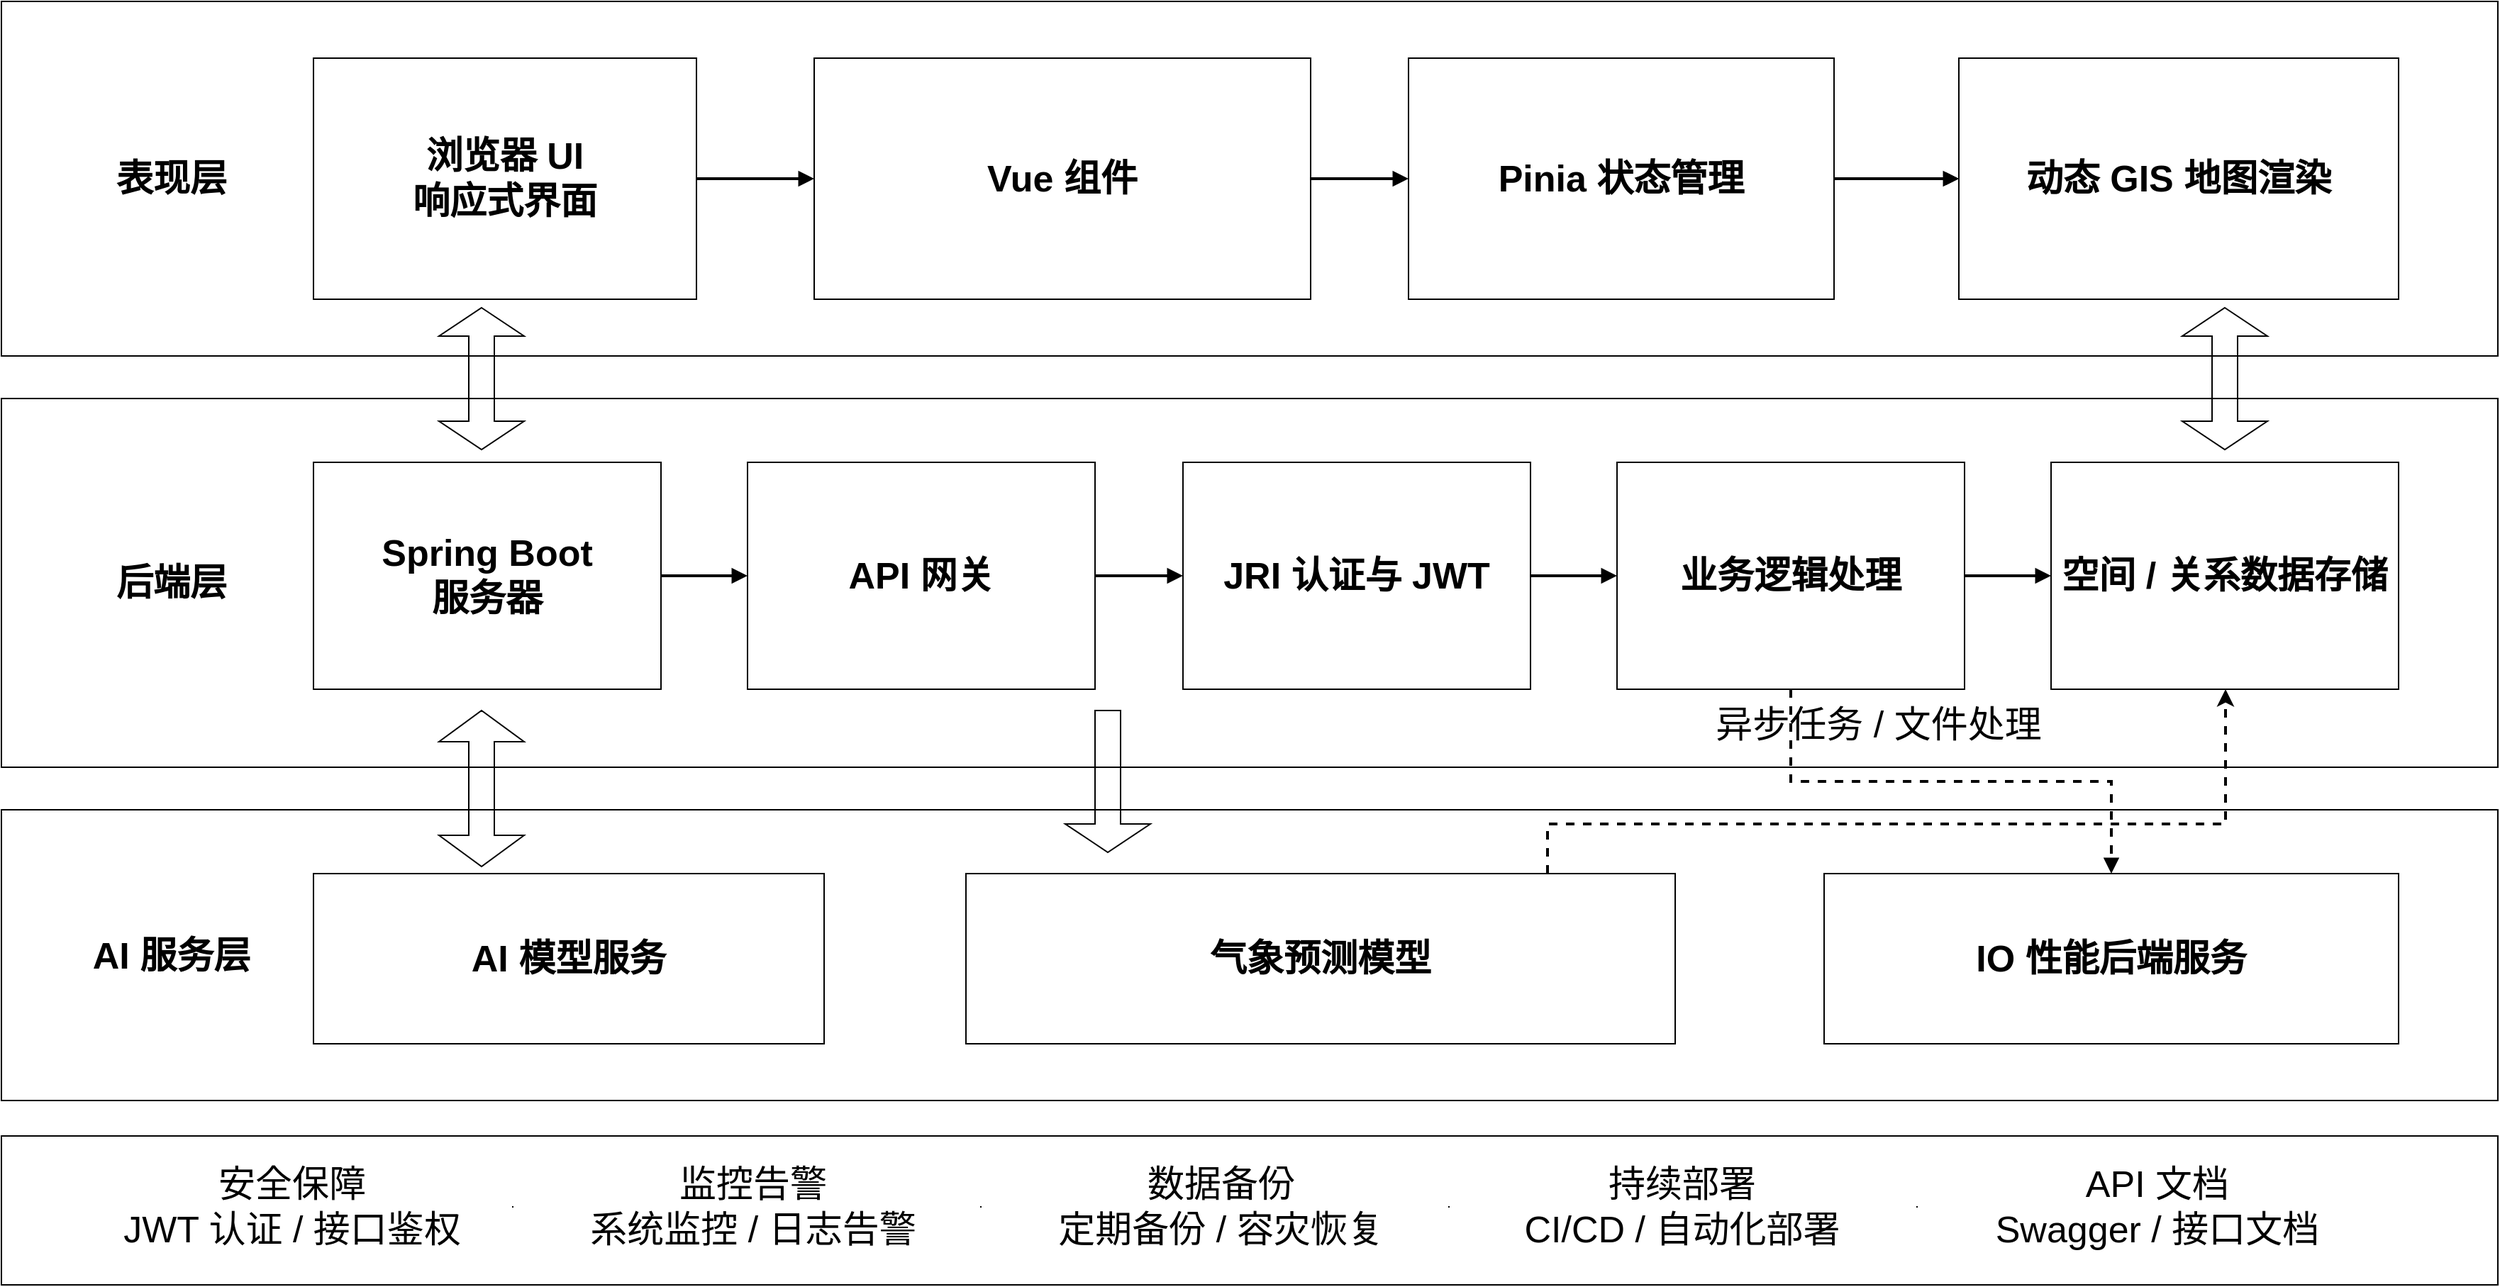
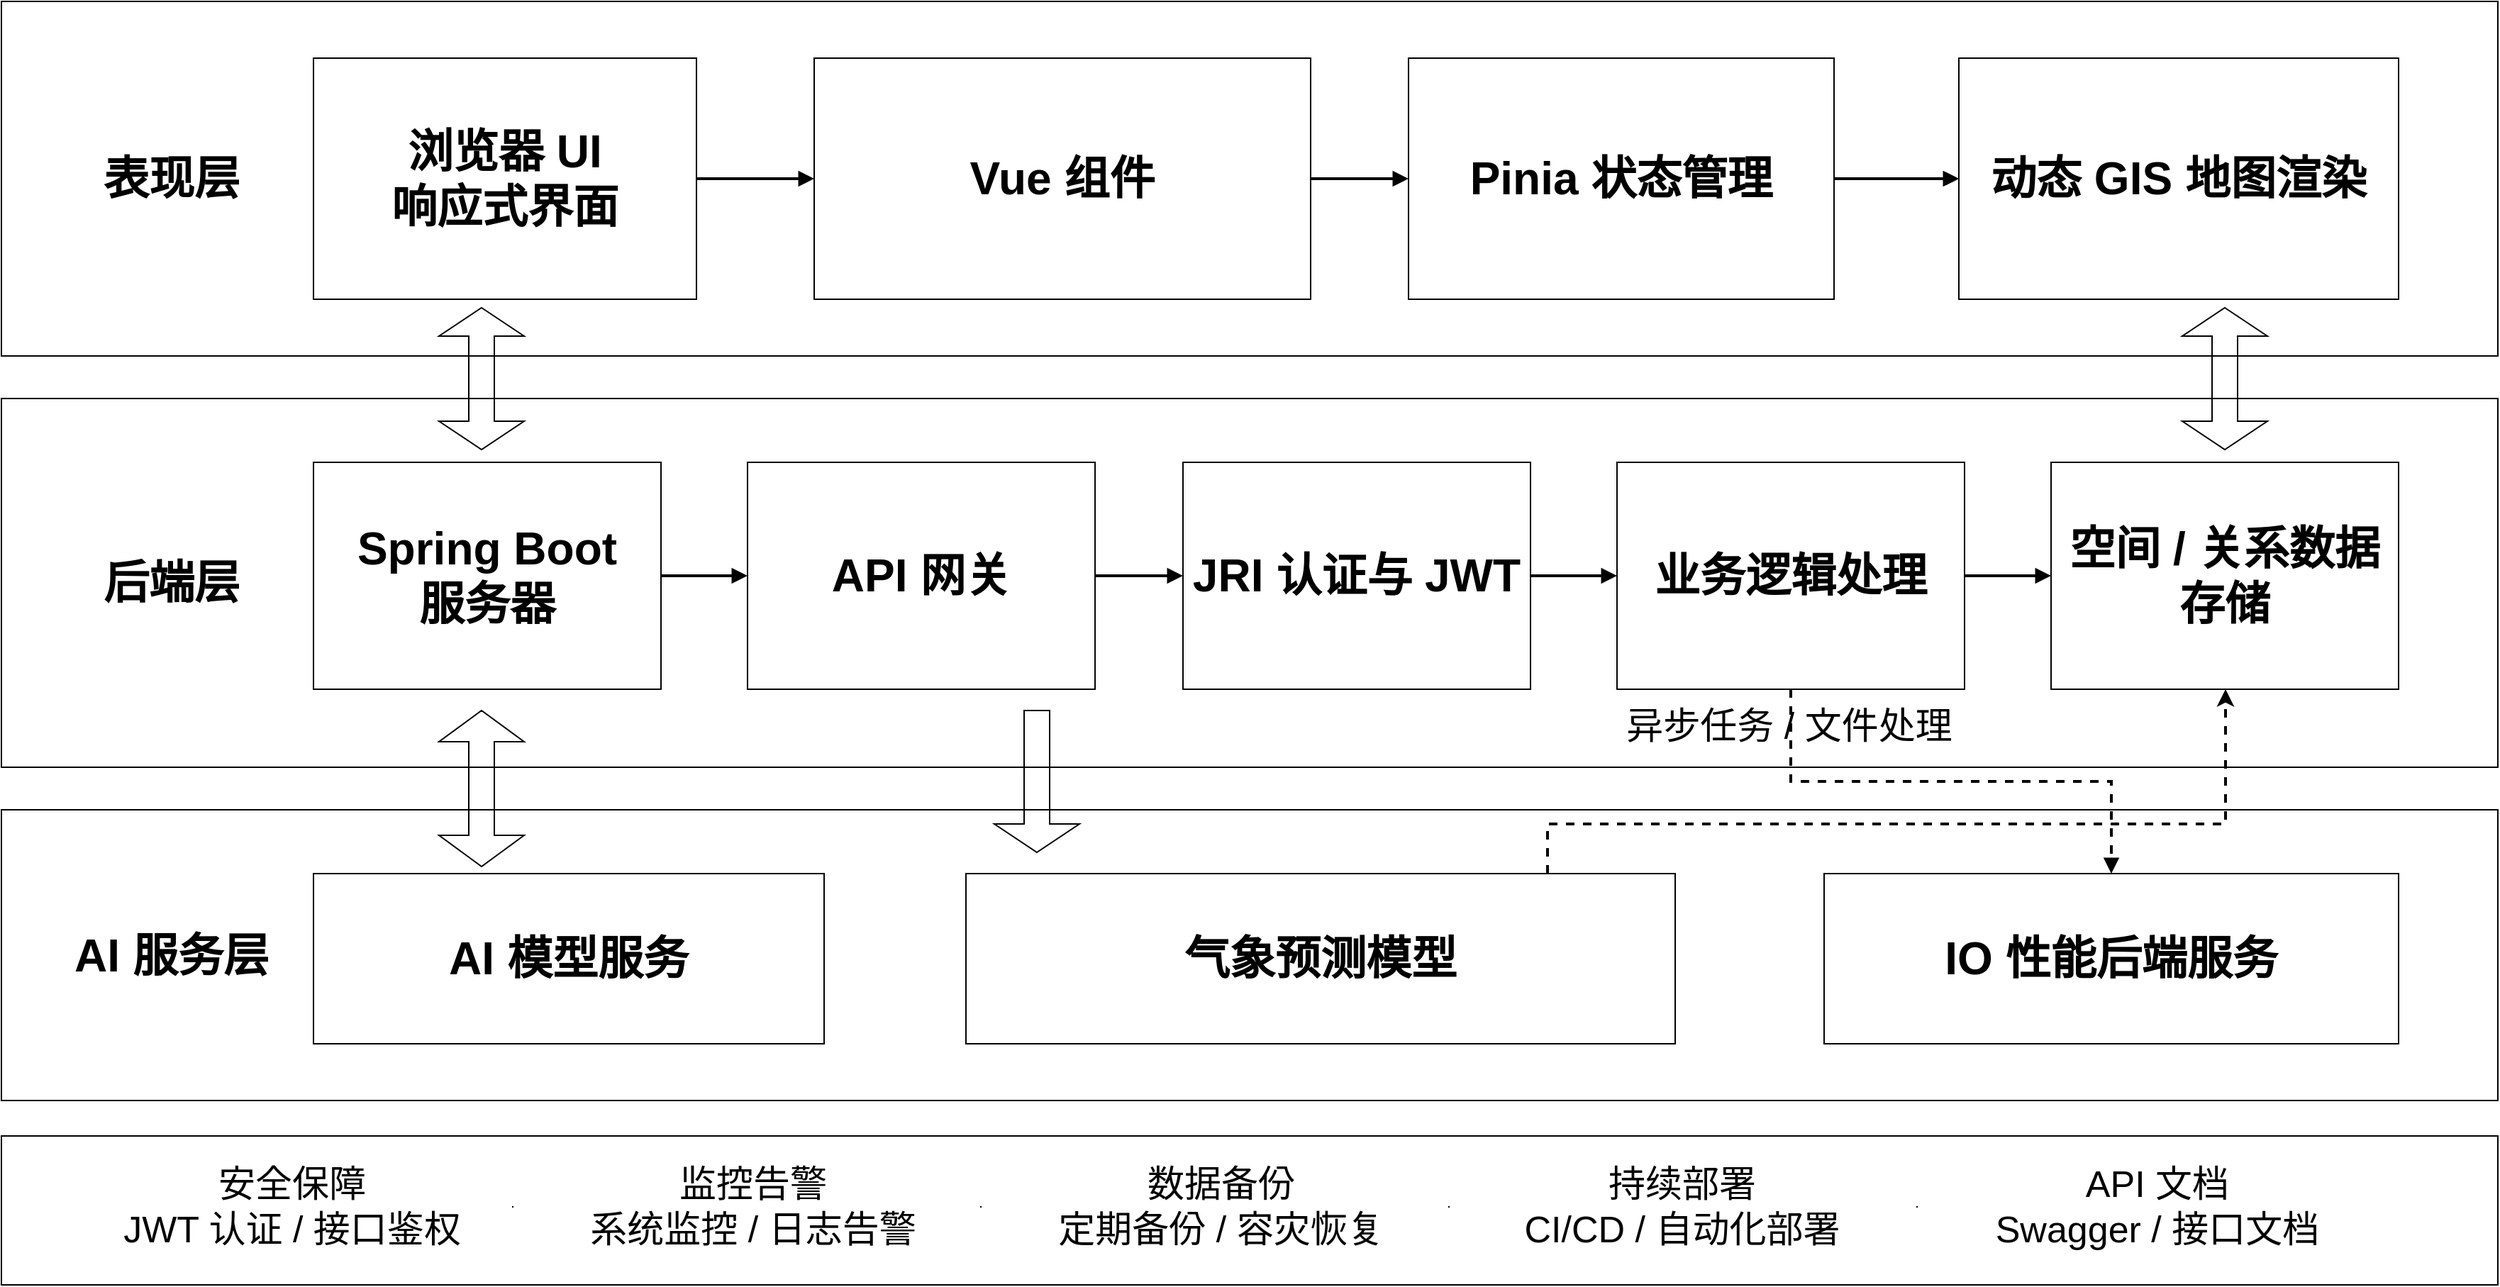
<mxfile host="Electron">
  <diagram name="系统架构图" id="system-architecture">
-     <mxGraphModel dx="1982" dy="1607" grid="1" gridSize="10" guides="1" tooltips="1" connect="1" arrows="1" fold="1" page="1" pageScale="1" pageWidth="1800" pageHeight="1040" math="0" shadow="0">
+     <mxGraphModel dx="1845" dy="1808" grid="1" gridSize="10" guides="1" tooltips="1" connect="1" arrows="1" fold="1" page="1" pageScale="1" pageWidth="1800" pageHeight="1040" math="0" shadow="0">
      <root>
        <mxCell id="0" />
        <mxCell id="1" parent="0" />
-         <mxCell id="layer_front" parent="1" style="rounded=0;whiteSpace=wrap;html=1;strokeColor=#000000;fillColor=none;fontSize=26;" value="" vertex="1">
+         <mxCell id="layer_front" parent="1" style="rounded=0;whiteSpace=wrap;html=1;strokeColor=#000000;fillColor=none;fontSize=32;" value="" vertex="1">
          <mxGeometry height="250" width="1760" x="20" y="30" as="geometry" />
        </mxCell>
-         <mxCell id="layer_backend" parent="1" style="rounded=0;whiteSpace=wrap;html=1;strokeColor=#000000;fillColor=none;fontSize=26;" value="" vertex="1">
+         <mxCell id="layer_backend" parent="1" style="rounded=0;whiteSpace=wrap;html=1;strokeColor=#000000;fillColor=none;fontSize=32;" value="" vertex="1">
          <mxGeometry height="260" width="1760" x="20" y="310" as="geometry" />
        </mxCell>
-         <mxCell id="layer_ai" parent="1" style="rounded=0;whiteSpace=wrap;html=1;strokeColor=#000000;fillColor=none;fontSize=26;" value="" vertex="1">
+         <mxCell id="layer_ai" parent="1" style="rounded=0;whiteSpace=wrap;html=1;strokeColor=#000000;fillColor=none;fontSize=32;" value="" vertex="1">
          <mxGeometry height="205" width="1760" x="20" y="600" as="geometry" />
        </mxCell>
-         <mxCell id="layer_support" parent="1" style="rounded=0;whiteSpace=wrap;html=1;strokeColor=#000000;fillColor=none;fontSize=26;" value="" vertex="1">
+         <mxCell id="layer_support" parent="1" style="rounded=0;whiteSpace=wrap;html=1;strokeColor=#000000;fillColor=none;fontSize=32;" value="" vertex="1">
          <mxGeometry height="105" width="1760" x="20" y="830" as="geometry" />
        </mxCell>
-         <mxCell id="front_label" parent="1" style="rounded=0;whiteSpace=wrap;html=1;strokeColor=none;fillColor=none;fontSize=26;fontStyle=1;align=center;verticalAlign=middle;" value="表现层" vertex="1">
+         <mxCell id="front_label" parent="1" style="rounded=0;whiteSpace=wrap;html=1;strokeColor=none;fillColor=none;fontSize=32;fontStyle=1;align=center;verticalAlign=middle;" value="表现层" vertex="1">
          <mxGeometry height="145" width="220" x="30" y="82.5" as="geometry" />
        </mxCell>
-         <mxCell id="backend_label" parent="1" style="rounded=0;whiteSpace=wrap;html=1;strokeColor=none;fillColor=none;fontSize=26;fontStyle=1;align=center;verticalAlign=middle;" value="后端层" vertex="1">
+         <mxCell id="backend_label" parent="1" style="rounded=0;whiteSpace=wrap;html=1;strokeColor=none;fillColor=none;fontSize=32;fontStyle=1;align=center;verticalAlign=middle;" value="后端层" vertex="1">
          <mxGeometry height="160" width="220" x="30" y="360" as="geometry" />
        </mxCell>
-         <mxCell id="ai_label" parent="1" style="rounded=0;whiteSpace=wrap;html=1;strokeColor=none;fillColor=none;fontSize=26;fontStyle=1;align=center;verticalAlign=middle;" value="AI 服务层" vertex="1">
+         <mxCell id="ai_label" parent="1" style="rounded=0;whiteSpace=wrap;html=1;strokeColor=none;fillColor=none;fontSize=32;fontStyle=1;align=center;verticalAlign=middle;" value="AI 服务层" vertex="1">
          <mxGeometry height="125" width="220" x="30" y="640" as="geometry" />
        </mxCell>
-         <mxCell id="browser_ui" parent="1" style="rounded=0;whiteSpace=wrap;html=1;strokeColor=#000000;fillColor=none;fontSize=26;fontStyle=1;align=center;verticalAlign=middle;" value="浏览器 UI&#xa;响应式界面" vertex="1">
+         <mxCell id="browser_ui" parent="1" style="rounded=0;whiteSpace=wrap;html=1;strokeColor=#000000;fillColor=none;fontSize=32;fontStyle=1;align=center;verticalAlign=middle;" value="浏览器 UI&#xa;响应式界面" vertex="1">
          <mxGeometry height="170" width="270" x="240" y="70" as="geometry" />
        </mxCell>
-         <mxCell id="vue_components" parent="1" style="rounded=0;whiteSpace=wrap;html=1;strokeColor=#000000;fillColor=none;fontSize=26;fontStyle=1;align=center;verticalAlign=middle;" value="Vue 组件" vertex="1">
+         <mxCell id="vue_components" parent="1" style="rounded=0;whiteSpace=wrap;html=1;strokeColor=#000000;fillColor=none;fontSize=32;fontStyle=1;align=center;verticalAlign=middle;" value="Vue 组件" vertex="1">
          <mxGeometry height="170" width="350" x="593" y="70" as="geometry" />
        </mxCell>
-         <mxCell id="TpNGvynzg0PU_NGlTuy7-5" edge="1" parent="1" source="state_manage" style="edgeStyle=orthogonalEdgeStyle;rounded=0;orthogonalLoop=1;jettySize=auto;html=1;fontSize=26;" target="gis_render" value="">
+         <mxCell id="TpNGvynzg0PU_NGlTuy7-5" edge="1" parent="1" source="state_manage" style="edgeStyle=orthogonalEdgeStyle;rounded=0;orthogonalLoop=1;jettySize=auto;html=1;fontSize=32;" target="gis_render" value="">
          <mxGeometry relative="1" as="geometry" />
        </mxCell>
-         <mxCell id="state_manage" parent="1" style="rounded=0;whiteSpace=wrap;html=1;strokeColor=#000000;fillColor=none;fontSize=26;fontStyle=1;align=center;verticalAlign=middle;" value="Pinia 状态管理" vertex="1">
+         <mxCell id="state_manage" parent="1" style="rounded=0;whiteSpace=wrap;html=1;strokeColor=#000000;fillColor=none;fontSize=32;fontStyle=1;align=center;verticalAlign=middle;" value="Pinia 状态管理" vertex="1">
          <mxGeometry height="170" width="300" x="1012" y="70" as="geometry" />
        </mxCell>
-         <mxCell id="gis_render" parent="1" style="rounded=0;whiteSpace=wrap;html=1;strokeColor=#000000;fillColor=none;fontSize=26;fontStyle=1;align=center;verticalAlign=middle;" value="动态 GIS 地图渲染" vertex="1">
+         <mxCell id="gis_render" parent="1" style="rounded=0;whiteSpace=wrap;html=1;strokeColor=#000000;fillColor=none;fontSize=32;fontStyle=1;align=center;verticalAlign=middle;" value="动态 GIS 地图渲染" vertex="1">
          <mxGeometry height="170" width="310" x="1400" y="70" as="geometry" />
        </mxCell>
-         <mxCell id="spring_cluster" parent="1" style="rounded=0;whiteSpace=wrap;html=1;strokeColor=#000000;fillColor=none;fontSize=26;fontStyle=1;align=center;verticalAlign=middle;" value="Spring Boot&lt;br&gt;服务器" vertex="1">
+         <mxCell id="spring_cluster" parent="1" style="rounded=0;whiteSpace=wrap;html=1;strokeColor=#000000;fillColor=none;fontSize=32;fontStyle=1;align=center;verticalAlign=middle;" value="Spring Boot&lt;br&gt;服务器" vertex="1">
          <mxGeometry height="160" width="245" x="240" y="355" as="geometry" />
        </mxCell>
-         <mxCell id="api_gateway" parent="1" style="rounded=0;whiteSpace=wrap;html=1;strokeColor=#000000;fillColor=none;fontSize=26;fontStyle=1;align=center;verticalAlign=middle;" value="API 网关" vertex="1">
+         <mxCell id="api_gateway" parent="1" style="rounded=0;whiteSpace=wrap;html=1;strokeColor=#000000;fillColor=none;fontSize=32;fontStyle=1;align=center;verticalAlign=middle;" value="API 网关" vertex="1">
          <mxGeometry height="160" width="245" x="546" y="355" as="geometry" />
        </mxCell>
-         <mxCell id="auth_jwt" parent="1" style="rounded=0;whiteSpace=wrap;html=1;strokeColor=#000000;fillColor=none;fontSize=26;fontStyle=1;align=center;verticalAlign=middle;" value="JRI 认证与 JWT" vertex="1">
+         <mxCell id="auth_jwt" parent="1" style="rounded=0;whiteSpace=wrap;html=1;strokeColor=#000000;fillColor=none;fontSize=32;fontStyle=1;align=center;verticalAlign=middle;" value="JRI 认证与 JWT" vertex="1">
          <mxGeometry height="160" width="245" x="853" y="355" as="geometry" />
        </mxCell>
-         <mxCell id="business_logic" parent="1" style="rounded=0;whiteSpace=wrap;html=1;strokeColor=#000000;fillColor=none;fontSize=26;fontStyle=1;align=center;verticalAlign=middle;" value="业务逻辑处理" vertex="1">
+         <mxCell id="business_logic" parent="1" style="rounded=0;whiteSpace=wrap;html=1;strokeColor=#000000;fillColor=none;fontSize=32;fontStyle=1;align=center;verticalAlign=middle;" value="业务逻辑处理" vertex="1">
          <mxGeometry height="160" width="245" x="1159" y="355" as="geometry" />
        </mxCell>
-         <mxCell id="data_storage" parent="1" style="rounded=0;whiteSpace=wrap;html=1;strokeColor=#000000;fillColor=none;fontSize=26;fontStyle=1;align=center;verticalAlign=middle;" value="空间 / 关系数据存储" vertex="1">
+         <mxCell id="data_storage" parent="1" style="rounded=0;whiteSpace=wrap;html=1;strokeColor=#000000;fillColor=none;fontSize=32;fontStyle=1;align=center;verticalAlign=middle;" value="空间 / 关系数据存储" vertex="1">
          <mxGeometry height="160" width="245" x="1465" y="355" as="geometry" />
        </mxCell>
-         <mxCell id="ai_model" parent="1" style="rounded=0;whiteSpace=wrap;html=1;strokeColor=#000000;fillColor=none;fontSize=26;fontStyle=1;align=center;verticalAlign=middle;" value="AI 模型服务" vertex="1">
+         <mxCell id="ai_model" parent="1" style="rounded=0;whiteSpace=wrap;html=1;strokeColor=#000000;fillColor=none;fontSize=32;fontStyle=1;align=center;verticalAlign=middle;" value="AI 模型服务" vertex="1">
          <mxGeometry height="120" width="360" x="240" y="645" as="geometry" />
        </mxCell>
-         <mxCell id="TpNGvynzg0PU_NGlTuy7-2" edge="1" parent="1" source="flask_service" style="edgeStyle=orthogonalEdgeStyle;rounded=0;orthogonalLoop=1;jettySize=auto;html=1;dashed=1;strokeWidth=2;fontSize=26;" target="data_storage">
+         <mxCell id="TpNGvynzg0PU_NGlTuy7-2" edge="1" parent="1" source="flask_service" style="edgeStyle=orthogonalEdgeStyle;rounded=0;orthogonalLoop=1;jettySize=auto;html=1;dashed=1;strokeWidth=2;fontSize=32;" target="data_storage">
          <mxGeometry relative="1" as="geometry">
            <Array as="points">
              <mxPoint x="1110" y="610" />
              <mxPoint x="1588" y="610" />
            </Array>
          </mxGeometry>
        </mxCell>
-         <mxCell id="flask_service" parent="1" style="rounded=0;whiteSpace=wrap;html=1;strokeColor=#000000;fillColor=none;fontSize=26;fontStyle=1;align=center;verticalAlign=middle;" value="气象预测模型" vertex="1">
+         <mxCell id="flask_service" parent="1" style="rounded=0;whiteSpace=wrap;html=1;strokeColor=#000000;fillColor=none;fontSize=32;fontStyle=1;align=center;verticalAlign=middle;" value="气象预测模型" vertex="1">
          <mxGeometry height="120" width="500" x="700" y="645" as="geometry" />
        </mxCell>
-         <mxCell id="io_service" parent="1" style="rounded=0;whiteSpace=wrap;html=1;strokeColor=#000000;fillColor=none;fontSize=26;fontStyle=1;align=center;verticalAlign=middle;" value="IO 性能后端服务" vertex="1">
+         <mxCell id="io_service" parent="1" style="rounded=0;whiteSpace=wrap;html=1;strokeColor=#000000;fillColor=none;fontSize=32;fontStyle=1;align=center;verticalAlign=middle;" value="IO 性能后端服务" vertex="1">
          <mxGeometry height="120" width="405" x="1305" y="645" as="geometry" />
        </mxCell>
        <mxCell id="security" parent="1" style="rounded=0;whiteSpace=wrap;html=1;strokeColor=none;fillColor=none;fontSize=26;align=center;verticalAlign=middle;" value="安全保障&#xa;JWT 认证 / 接口鉴权" vertex="1">
          <mxGeometry height="60" width="250" x="100" y="850" as="geometry" />
        </mxCell>
        <mxCell id="monitoring" parent="1" style="rounded=0;whiteSpace=wrap;html=1;strokeColor=none;fillColor=none;fontSize=26;align=center;verticalAlign=middle;" value="监控告警&#xa;系统监控 / 日志告警" vertex="1">
          <mxGeometry height="60" width="240" x="430" y="850" as="geometry" />
        </mxCell>
        <mxCell id="backup" parent="1" style="rounded=0;whiteSpace=wrap;html=1;strokeColor=none;fillColor=none;fontSize=26;align=center;verticalAlign=middle;" value="数据备份&#xa;定期备份 / 容灾恢复" vertex="1">
          <mxGeometry height="60" width="240" x="760" y="850" as="geometry" />
        </mxCell>
        <mxCell id="deploy" parent="1" style="rounded=0;whiteSpace=wrap;html=1;strokeColor=none;fillColor=none;fontSize=26;align=center;verticalAlign=middle;" value="持续部署&#xa;CI/CD / 自动化部署" vertex="1">
          <mxGeometry height="60" width="230" x="1090" y="850" as="geometry" />
        </mxCell>
        <mxCell id="api_doc" parent="1" style="rounded=0;whiteSpace=wrap;html=1;strokeColor=none;fillColor=none;fontSize=26;align=center;verticalAlign=middle;" value="API 文档&#xa;Swagger / 接口文档" vertex="1">
          <mxGeometry height="60" width="240" x="1420" y="850" as="geometry" />
        </mxCell>
-         <mxCell id="support_sep_1" parent="1" style="shape=line;strokeColor=#000000;html=1;fontSize=26;" value="" vertex="1">
+         <mxCell id="support_sep_1" parent="1" style="shape=line;strokeColor=#000000;html=1;fontSize=32;" value="" vertex="1">
          <mxGeometry height="60" width="1" x="380" y="850" as="geometry" />
        </mxCell>
-         <mxCell id="support_sep_2" parent="1" style="shape=line;strokeColor=#000000;html=1;fontSize=26;" value="" vertex="1">
+         <mxCell id="support_sep_2" parent="1" style="shape=line;strokeColor=#000000;html=1;fontSize=32;" value="" vertex="1">
          <mxGeometry height="60" width="1" x="710" y="850" as="geometry" />
        </mxCell>
-         <mxCell id="support_sep_3" parent="1" style="shape=line;strokeColor=#000000;html=1;fontSize=26;" value="" vertex="1">
+         <mxCell id="support_sep_3" parent="1" style="shape=line;strokeColor=#000000;html=1;fontSize=32;" value="" vertex="1">
          <mxGeometry height="60" width="1" x="1040" y="850" as="geometry" />
        </mxCell>
-         <mxCell id="support_sep_4" parent="1" style="shape=line;strokeColor=#000000;html=1;fontSize=26;" value="" vertex="1">
+         <mxCell id="support_sep_4" parent="1" style="shape=line;strokeColor=#000000;html=1;fontSize=32;" value="" vertex="1">
          <mxGeometry height="60" width="1" x="1370" y="850" as="geometry" />
        </mxCell>
-         <mxCell id="e_front_1" edge="1" parent="1" source="browser_ui" style="edgeStyle=orthogonalEdgeStyle;rounded=0;orthogonalLoop=1;jettySize=auto;html=1;strokeColor=#000000;endArrow=block;endFill=1;fontSize=26;strokeWidth=2;" target="vue_components" value="">
+         <mxCell id="e_front_1" edge="1" parent="1" source="browser_ui" style="edgeStyle=orthogonalEdgeStyle;rounded=0;orthogonalLoop=1;jettySize=auto;html=1;strokeColor=#000000;endArrow=block;endFill=1;fontSize=32;strokeWidth=2;" target="vue_components" value="">
          <mxGeometry relative="1" as="geometry" />
        </mxCell>
-         <mxCell id="e_front_2" edge="1" parent="1" source="vue_components" style="edgeStyle=orthogonalEdgeStyle;rounded=0;orthogonalLoop=1;jettySize=auto;html=1;strokeColor=#000000;endArrow=block;endFill=1;fontSize=26;strokeWidth=2;" target="state_manage" value="">
+         <mxCell id="e_front_2" edge="1" parent="1" source="vue_components" style="edgeStyle=orthogonalEdgeStyle;rounded=0;orthogonalLoop=1;jettySize=auto;html=1;strokeColor=#000000;endArrow=block;endFill=1;fontSize=32;strokeWidth=2;" target="state_manage" value="">
          <mxGeometry relative="1" as="geometry" />
        </mxCell>
-         <mxCell id="e_front_3" edge="1" parent="1" source="state_manage" style="edgeStyle=orthogonalEdgeStyle;rounded=0;orthogonalLoop=1;jettySize=auto;html=1;strokeColor=#000000;endArrow=block;endFill=1;fontSize=26;strokeWidth=2;" target="gis_render" value="">
+         <mxCell id="e_front_3" edge="1" parent="1" source="state_manage" style="edgeStyle=orthogonalEdgeStyle;rounded=0;orthogonalLoop=1;jettySize=auto;html=1;strokeColor=#000000;endArrow=block;endFill=1;fontSize=32;strokeWidth=2;" target="gis_render" value="">
          <mxGeometry relative="1" as="geometry" />
        </mxCell>
-         <mxCell id="e_back_1" edge="1" parent="1" source="spring_cluster" style="edgeStyle=orthogonalEdgeStyle;rounded=0;orthogonalLoop=1;jettySize=auto;html=1;strokeColor=#000000;endArrow=block;endFill=1;fontSize=26;strokeWidth=2;" target="api_gateway" value="">
+         <mxCell id="e_back_1" edge="1" parent="1" source="spring_cluster" style="edgeStyle=orthogonalEdgeStyle;rounded=0;orthogonalLoop=1;jettySize=auto;html=1;strokeColor=#000000;endArrow=block;endFill=1;fontSize=32;strokeWidth=2;" target="api_gateway" value="">
          <mxGeometry relative="1" as="geometry" />
        </mxCell>
-         <mxCell id="e_back_2" edge="1" parent="1" source="api_gateway" style="edgeStyle=orthogonalEdgeStyle;rounded=0;orthogonalLoop=1;jettySize=auto;html=1;strokeColor=#000000;endArrow=block;endFill=1;fontSize=26;strokeWidth=2;" target="auth_jwt" value="">
+         <mxCell id="e_back_2" edge="1" parent="1" source="api_gateway" style="edgeStyle=orthogonalEdgeStyle;rounded=0;orthogonalLoop=1;jettySize=auto;html=1;strokeColor=#000000;endArrow=block;endFill=1;fontSize=32;strokeWidth=2;" target="auth_jwt" value="">
          <mxGeometry relative="1" as="geometry" />
        </mxCell>
-         <mxCell id="e_back_3" edge="1" parent="1" source="auth_jwt" style="edgeStyle=orthogonalEdgeStyle;rounded=0;orthogonalLoop=1;jettySize=auto;html=1;strokeColor=#000000;endArrow=block;endFill=1;fontSize=26;strokeWidth=2;" target="business_logic" value="">
+         <mxCell id="e_back_3" edge="1" parent="1" source="auth_jwt" style="edgeStyle=orthogonalEdgeStyle;rounded=0;orthogonalLoop=1;jettySize=auto;html=1;strokeColor=#000000;endArrow=block;endFill=1;fontSize=32;strokeWidth=2;" target="business_logic" value="">
          <mxGeometry relative="1" as="geometry" />
        </mxCell>
-         <mxCell id="e_back_4" edge="1" parent="1" source="business_logic" style="edgeStyle=orthogonalEdgeStyle;rounded=0;orthogonalLoop=1;jettySize=auto;html=1;strokeColor=#000000;endArrow=block;endFill=1;fontSize=26;strokeWidth=2;" target="data_storage" value="">
+         <mxCell id="e_back_4" edge="1" parent="1" source="business_logic" style="edgeStyle=orthogonalEdgeStyle;rounded=0;orthogonalLoop=1;jettySize=auto;html=1;strokeColor=#000000;endArrow=block;endFill=1;fontSize=32;strokeWidth=2;" target="data_storage" value="">
          <mxGeometry relative="1" as="geometry" />
        </mxCell>
        <mxCell id="e_logic_io" edge="1" parent="1" source="business_logic" style="edgeStyle=orthogonalEdgeStyle;rounded=0;orthogonalLoop=1;jettySize=auto;html=1;strokeColor=#000000;dashed=1;endArrow=block;endFill=1;fontSize=26;strokeWidth=2;labelBackgroundColor=none;" target="io_service" value="异步任务 / 文件处理">
-           <mxGeometry relative="1" x="-0.2881" y="40" as="geometry">
-             <mxPoint as="offset" />
+           <mxGeometry relative="1" x="-0.8596" y="-2" as="geometry">
+             <mxPoint y="1" as="offset" />
          </mxGeometry>
        </mxCell>
-         <mxCell id="7sPgwKpcuWxjDkJLpm23-1" parent="1" style="shape=doubleArrow;whiteSpace=wrap;html=1;direction=south;fillColor=none;" value="" vertex="1">
+         <mxCell id="7sPgwKpcuWxjDkJLpm23-1" parent="1" style="shape=doubleArrow;whiteSpace=wrap;html=1;direction=south;fillColor=none;fontSize=32;" value="" vertex="1">
          <mxGeometry height="100" width="60" x="328.5" y="246" as="geometry" />
        </mxCell>
-         <mxCell id="7sPgwKpcuWxjDkJLpm23-2" parent="1" style="shape=doubleArrow;whiteSpace=wrap;html=1;direction=south;fillColor=none;" value="" vertex="1">
+         <mxCell id="7sPgwKpcuWxjDkJLpm23-2" parent="1" style="shape=doubleArrow;whiteSpace=wrap;html=1;direction=south;fillColor=none;fontSize=32;" value="" vertex="1">
          <mxGeometry height="110" width="60" x="328.5" y="530" as="geometry" />
        </mxCell>
-         <mxCell id="7sPgwKpcuWxjDkJLpm23-3" parent="1" style="shape=doubleArrow;whiteSpace=wrap;html=1;direction=south;fillColor=none;" value="" vertex="1">
+         <mxCell id="7sPgwKpcuWxjDkJLpm23-3" parent="1" style="shape=doubleArrow;whiteSpace=wrap;html=1;direction=south;fillColor=none;fontSize=32;" value="" vertex="1">
          <mxGeometry height="100" width="60" x="1557.5" y="246" as="geometry" />
        </mxCell>
-         <mxCell id="7sPgwKpcuWxjDkJLpm23-4" parent="1" style="shape=singleArrow;direction=south;whiteSpace=wrap;html=1;fillColor=none;" value="" vertex="1">
-           <mxGeometry height="100" width="60" x="770" y="530" as="geometry" />
+         <mxCell id="7sPgwKpcuWxjDkJLpm23-4" parent="1" style="shape=singleArrow;direction=south;whiteSpace=wrap;html=1;fillColor=none;fontSize=32;" value="" vertex="1">
+           <mxGeometry height="100" width="60" x="720" y="530" as="geometry" />
        </mxCell>
      </root>
    </mxGraphModel>
  </diagram>
</mxfile>
